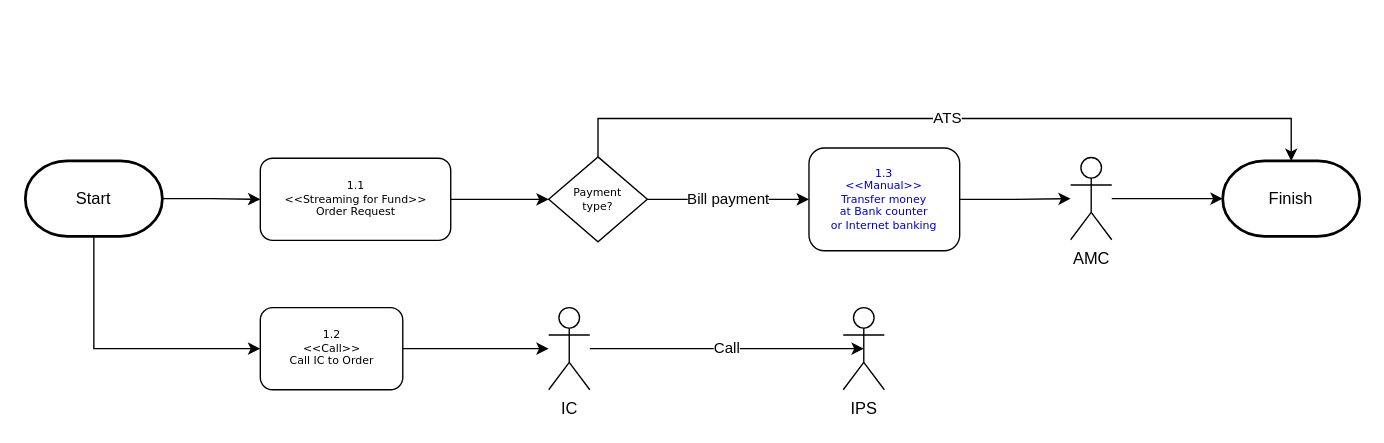
Earlier version of the draw.io diagram page "Client-Flow" (3 of 10) of UT Diagram.drawio (peerapongdev/diagrams). Source tidied: cells renumbered, new cells numbered last; positions are measured from the earlier drawing's top-left corner, leaving out a move shared by most shapes. Both pictures are drawn from the tidied source at 137%, with x=0, y=0 at pixel (25, 118).
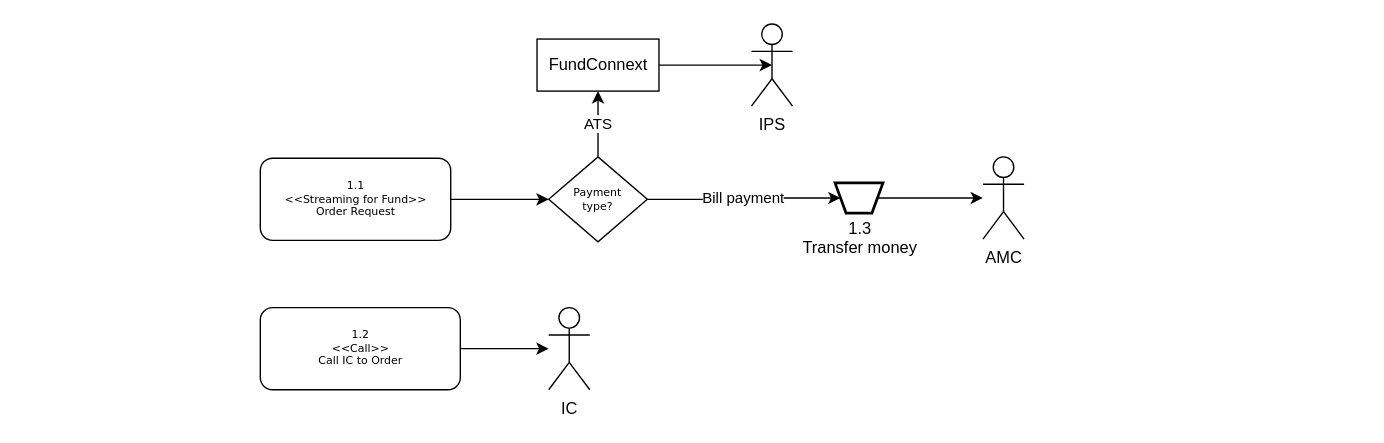
After the change.

Unchanged cells that the change refers to:
```xml
<mxCell id="3" value="1.1&lt;br&gt;&lt;span&gt;&amp;lt;&amp;lt;Streaming for Fund&amp;gt;&amp;gt;&lt;/span&gt;&lt;br&gt;Order Request&lt;br&gt;" style="rounded=1;whiteSpace=wrap;html=1;shadow=0;labelBackgroundColor=none;strokeColor=#000000;strokeWidth=1;fillColor=#ffffff;fontFamily=Verdana;fontSize=8;fontColor=#000000;align=center;" parent="1" vertex="1">
  <mxGeometry x="171.5" y="29" width="139" height="60" as="geometry" />
</mxCell>
<mxCell id="6" value="Payment&lt;br&gt;type?" style="rhombus;whiteSpace=wrap;html=1;rounded=0;shadow=0;labelBackgroundColor=none;strokeColor=#000000;strokeWidth=1;fillColor=#ffffff;fontFamily=Verdana;fontSize=8;fontColor=#000000;align=center;" parent="1" vertex="1">
  <mxGeometry x="382" y="28" width="72" height="62" as="geometry" />
</mxCell>
<mxCell id="11" value="IC" style="shape=umlActor;verticalLabelPosition=bottom;labelBackgroundColor=#ffffff;verticalAlign=top;html=1;outlineConnect=0;" parent="1" vertex="1">
  <mxGeometry x="382" y="138" width="30" height="60" as="geometry" />
</mxCell>
```

The edit, as a diff of the source:
```diff
@@
-    <mxCell id="4" value="Bill payment" style="edgeStyle=orthogonalEdgeStyle;rounded=0;jettySize=auto;html=1;" parent="1" edge="1" source="6" target="8">
-      <mxGeometry relative="1" as="geometry">
-        <Array as="points">
-          <mxPoint x="480" y="59" />
-          <mxPoint x="480" y="59" />
-        </Array>
-      </mxGeometry>
+    <mxCell id="4" value="Bill payment" style="edgeStyle=orthogonalEdgeStyle;rounded=0;jettySize=auto;html=1;" parent="1" edge="1" source="6" target="20">
+      <mxGeometry relative="1" as="geometry" />
     </mxCell>
-    <mxCell id="5" value="ATS" style="edgeStyle=orthogonalEdgeStyle;rounded=0;jettySize=auto;html=1;" parent="1" edge="1" source="6" target="15">
+    <mxCell id="5" value="ATS" style="edgeStyle=orthogonalEdgeStyle;rounded=0;jettySize=auto;html=1;" parent="1" edge="1" source="6" target="23">
       <mxGeometry relative="1" as="geometry">
         <Array as="points">
-          <mxPoint x="418" />
-          <mxPoint x="924" />
+          <mxPoint x="418" y="-11" />
+          <mxPoint x="418" y="-11" />
         </Array>
       </mxGeometry>
     </mxCell>
@@
-    <mxCell id="7" style="edgeStyle=orthogonalEdgeStyle;rounded=0;jettySize=auto;html=1;" parent="1" edge="1" source="8" target="14">
+    <mxCell id="7" style="edgeStyle=orthogonalEdgeStyle;rounded=0;jettySize=auto;html=1;" parent="1" edge="1" source="20" target="14">
       <mxGeometry relative="1" as="geometry" />
     </mxCell>
-    <mxCell id="8" value="1.3&lt;br&gt;&amp;lt;&amp;lt;Manual&amp;gt;&amp;gt;&lt;br&gt;Transfer money &lt;br&gt;at Bank counter&lt;br&gt;or Internet banking&lt;br&gt;" style="rounded=1;whiteSpace=wrap;html=1;shadow=0;labelBackgroundColor=none;strokeColor=#000000;strokeWidth=1;fillColor=#ffffff;fontFamily=Verdana;fontSize=8;fontColor=#0000CC;align=center;" parent="1" vertex="1">
-      <mxGeometry x="572" y="21.5" width="110" height="75" as="geometry" />
-    </mxCell>
-    <mxCell id="9" style="edgeStyle=orthogonalEdgeStyle;rounded=0;jettySize=auto;html=1;" parent="1" edge="1" source="17" target="19">
-      <mxGeometry relative="1" as="geometry">
-        <Array as="points">
-          <mxPoint x="50" y="168" />
-        </Array>
-      </mxGeometry>
-    </mxCell>
-    <mxCell id="10" value="Call" style="edgeStyle=orthogonalEdgeStyle;rounded=0;jettySize=auto;html=1;entryX=0.5;entryY=0.5;entryDx=0;entryDy=0;entryPerimeter=0;" parent="1" edge="1" source="11" target="12">
-      <mxGeometry relative="1" as="geometry" />
-    </mxCell>
@@
-    <mxCell id="12" value="IPS" style="shape=umlActor;verticalLabelPosition=bottom;labelBackgroundColor=#ffffff;verticalAlign=top;html=1;outlineConnect=0;" parent="1" vertex="1">
-      <mxGeometry x="597" y="138" width="30" height="60" as="geometry" />
-    </mxCell>
-    <mxCell id="13" style="edgeStyle=orthogonalEdgeStyle;rounded=0;jettySize=auto;html=1;" parent="1" edge="1" source="14" target="15">
-      <mxGeometry relative="1" as="geometry" />
-    </mxCell>
     <mxCell id="14" value="AMC" style="shape=umlActor;verticalLabelPosition=bottom;labelBackgroundColor=#ffffff;verticalAlign=top;html=1;outlineConnect=0;" parent="1" vertex="1">
-      <mxGeometry x="763" y="28.5" width="30" height="60" as="geometry" />
+      <mxGeometry x="699" y="28" width="30" height="60" as="geometry" />
     </mxCell>
-    <mxCell id="15" value="Finish" style="strokeWidth=2;html=1;shape=mxgraph.flowchart.terminator;whiteSpace=wrap;" parent="1" vertex="1">
-      <mxGeometry x="874" y="31" width="100" height="55" as="geometry" />
-    </mxCell>
-    <mxCell id="16" style="edgeStyle=orthogonalEdgeStyle;rounded=0;jettySize=auto;html=1;" parent="1" edge="1" source="17" target="3">
-      <mxGeometry relative="1" as="geometry" />
-    </mxCell>
-    <mxCell id="17" value="Start" style="strokeWidth=2;html=1;shape=mxgraph.flowchart.terminator;whiteSpace=wrap;" parent="1" vertex="1">
-      <mxGeometry y="31" width="100" height="55" as="geometry" />
-    </mxCell>
@@
     <mxCell id="19" value="1.2&lt;br&gt;&amp;lt;&amp;lt;Call&amp;gt;&amp;gt;&lt;br&gt;Call IC to Order&lt;br&gt;" style="rounded=1;whiteSpace=wrap;html=1;shadow=0;labelBackgroundColor=none;strokeColor=#000000;strokeWidth=1;fillColor=#ffffff;fontFamily=Verdana;fontSize=8;fontColor=#000000;align=center;" parent="1" vertex="1">
-      <mxGeometry x="171.5" y="138" width="104" height="60" as="geometry" />
+      <mxGeometry x="171.5" y="138" width="146" height="60" as="geometry" />
     </mxCell>
+    <mxCell id="12" value="IPS" style="shape=umlActor;verticalLabelPosition=bottom;labelBackgroundColor=#ffffff;verticalAlign=top;html=1;outlineConnect=0;" parent="1" vertex="1">
+      <mxGeometry x="530" y="-69" width="30" height="60" as="geometry" />
+    </mxCell>
+    <mxCell id="20" style="verticalLabelPosition=bottom;verticalAlign=top;html=1;strokeWidth=2;shape=trapezoid;perimeter=trapezoidPerimeter;whiteSpace=wrap;size=0.23;arcSize=10;flipV=1;" parent="1" vertex="1">
+      <mxGeometry x="591" y="47" width="35" height="22" as="geometry" />
+    </mxCell>
+    <mxCell id="21" value="1.3&lt;br&gt;Transfer money" style="text;html=1;align=center;" parent="1" vertex="1">
+      <mxGeometry x="555" y="67" width="107" height="43" as="geometry" />
+    </mxCell>
+    <mxCell id="22" style="edgeStyle=orthogonalEdgeStyle;rounded=0;jettySize=auto;html=1;entryX=0.5;entryY=0.5;entryDx=0;entryDy=0;entryPerimeter=0;" parent="1" edge="1" source="23" target="12">
+      <mxGeometry relative="1" as="geometry" />
+    </mxCell>
+    <mxCell id="23" value="FundConnext" style="rounded=0;whiteSpace=wrap;html=1;" parent="1" vertex="1">
+      <mxGeometry x="373.5" y="-58" width="89" height="38" as="geometry" />
+    </mxCell>
```
